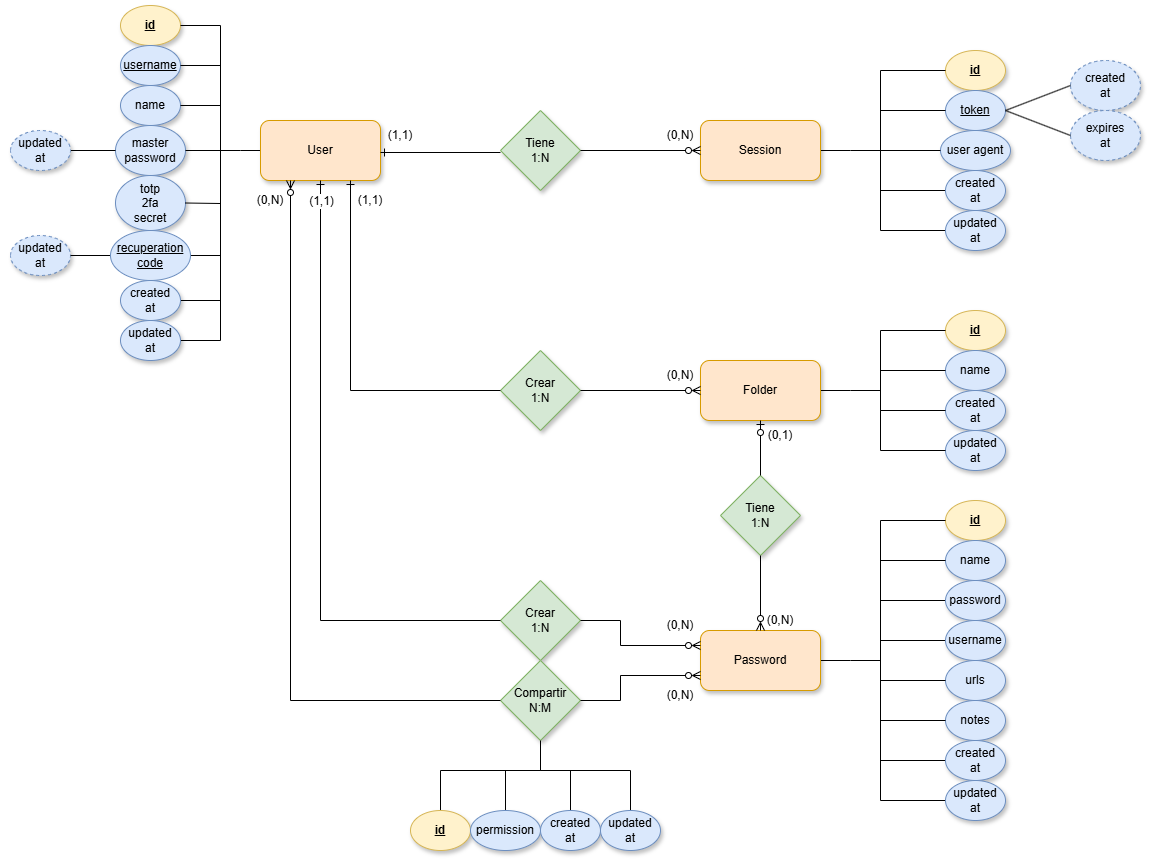
The draw.io diagram assets/modelo-entidad-relacion.png in miguel-educa/daw-proyecto, before a commit. Source tidied: cells renumbered, new cells last; positions are measured from the earlier drawing's top-left corner, leaving out a move shared by most shapes.
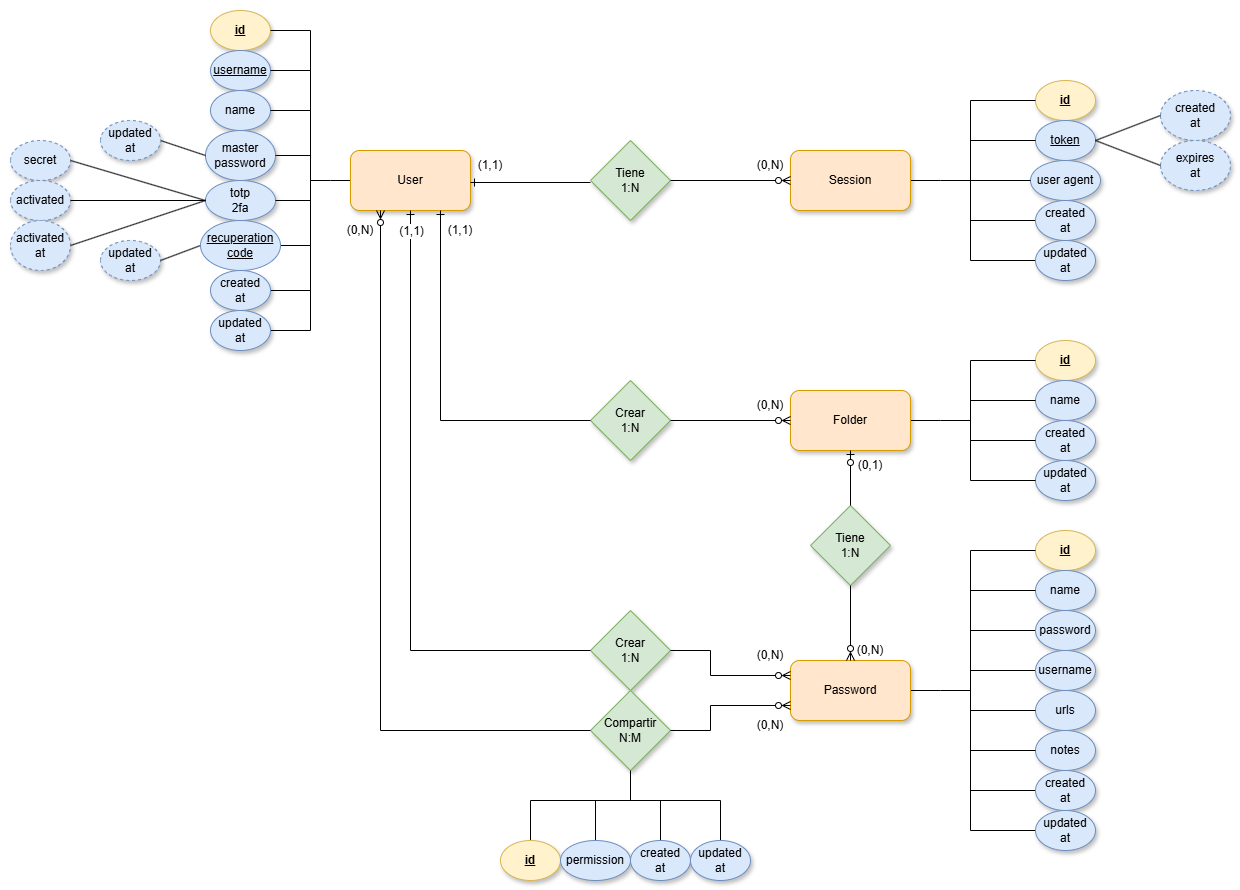
The same file after the commit.

What changed in the source:
```diff
@@ -2,20 +2,20 @@
   <root>
     <mxCell id="0" />
     <mxCell id="1" parent="0" />
-    <mxCell id="2" style="rounded=0;whiteSpace=wrap;html=1;strokeColor=none;" parent="1" vertex="1">
-      <mxGeometry width="1150" height="860" as="geometry" />
-    </mxCell>
+    <mxCell id="103" style="rounded=0;whiteSpace=wrap;html=1;strokeColor=none;" parent="1" vertex="1">
+      <mxGeometry x="-90" y="-30" width="1240" height="890" as="geometry" />
+    </mxCell>
     <mxCell id="3" value="id" style="ellipse;whiteSpace=wrap;html=1;fontStyle=5;fillColor=#fff2cc;strokeColor=#d6b656;shadow=1;" parent="1" vertex="1">
-      <mxGeometry x="120" y="5" width="60" height="40" as="geometry" />
+      <mxGeometry x="120" y="-20" width="60" height="40" as="geometry" />
     </mxCell>
     <mxCell id="4" value="&lt;u&gt;username&lt;/u&gt;" style="ellipse;whiteSpace=wrap;html=1;fillColor=#dae8fc;strokeColor=#6c8ebf;shadow=1;" parent="1" vertex="1">
-      <mxGeometry x="120" y="45" width="60" height="40" as="geometry" />
+      <mxGeometry x="120" y="20" width="60" height="40" as="geometry" />
     </mxCell>
     <mxCell id="5" value="name" style="ellipse;whiteSpace=wrap;html=1;fillColor=#dae8fc;strokeColor=#6c8ebf;shadow=1;" parent="1" vertex="1">
-      <mxGeometry x="120" y="85" width="60" height="40" as="geometry" />
+      <mxGeometry x="120" y="60" width="60" height="40" as="geometry" />
     </mxCell>
     <mxCell id="6" value="master&lt;div&gt;password&lt;/div&gt;" style="ellipse;whiteSpace=wrap;html=1;fillColor=#dae8fc;strokeColor=#6c8ebf;shadow=1;" parent="1" vertex="1">
-      <mxGeometry x="115" y="125" width="70" height="50" as="geometry" />
+      <mxGeometry x="115" y="100" width="70" height="50" as="geometry" />
     </mxCell>
     <mxCell id="7" style="edgeStyle=orthogonalEdgeStyle;rounded=0;jettySize=auto;html=1;exitX=0;exitY=0.5;exitDx=0;exitDy=0;strokeColor=default;endArrow=none;startFill=0;" parent="1" edge="1" source="8">
       <mxGeometry relative="1" as="geometry">
@@ -27,15 +27,15 @@
     </mxCell>
     <mxCell id="9" style="endArrow=none;html=1;rounded=0;entryX=1;entryY=0.5;entryDx=0;entryDy=0;strokeColor=default;" parent="1" edge="1" target="3">
       <mxGeometry relative="1" as="geometry">
-        <mxPoint x="220" y="170" as="sourcePoint" />
+        <mxPoint x="220" y="145" as="sourcePoint" />
         <Array as="points">
-          <mxPoint x="220" y="25" />
+          <mxPoint x="220" />
         </Array>
       </mxGeometry>
     </mxCell>
     <mxCell id="10" style="endArrow=none;html=1;rounded=0;entryX=1;entryY=0.5;entryDx=0;entryDy=0;strokeColor=default;" parent="1" edge="1" target="6">
       <mxGeometry relative="1" as="geometry">
-        <mxPoint x="220" y="150" as="sourcePoint" />
+        <mxPoint x="220" y="125" as="sourcePoint" />
       </mxGeometry>
     </mxCell>
     <mxCell id="11" style="endArrow=none;html=1;rounded=0;entryX=0;entryY=0.5;entryDx=0;entryDy=0;exitX=0;exitY=0.5;exitDx=0;exitDy=0;strokeColor=default;" parent="1" edge="1" source="6" target="77">
@@ -43,33 +43,33 @@
     </mxCell>
     <mxCell id="12" style="endArrow=none;html=1;rounded=0;entryX=1;entryY=0.5;entryDx=0;entryDy=0;strokeColor=default;" parent="1" edge="1" target="100">
       <mxGeometry relative="1" as="geometry">
-        <mxPoint x="220" y="225" as="sourcePoint" />
+        <mxPoint x="220" y="185" as="sourcePoint" />
         <Array as="points">
-          <mxPoint x="220" y="255" />
+          <mxPoint x="220" y="215" />
         </Array>
       </mxGeometry>
     </mxCell>
     <mxCell id="13" style="endArrow=none;html=1;rounded=0;entryX=1;entryY=0.5;entryDx=0;entryDy=0;strokeColor=default;" parent="1" edge="1" target="102">
       <mxGeometry relative="1" as="geometry">
-        <mxPoint x="220" y="225" as="sourcePoint" />
+        <mxPoint x="220" y="185" as="sourcePoint" />
         <Array as="points">
-          <mxPoint x="220" y="340" />
+          <mxPoint x="220" y="300" />
         </Array>
       </mxGeometry>
     </mxCell>
     <mxCell id="14" style="endArrow=none;html=1;rounded=0;entryX=1;entryY=0.5;entryDx=0;entryDy=0;strokeColor=default;" parent="1" edge="1" target="5">
       <mxGeometry relative="1" as="geometry">
-        <mxPoint x="220" y="170" as="sourcePoint" />
+        <mxPoint x="220" y="145" as="sourcePoint" />
         <Array as="points">
-          <mxPoint x="220" y="105" />
+          <mxPoint x="220" y="80" />
         </Array>
       </mxGeometry>
     </mxCell>
     <mxCell id="15" style="endArrow=none;html=1;rounded=0;entryX=1;entryY=0.5;entryDx=0;entryDy=0;strokeColor=default;" parent="1" edge="1" target="4">
       <mxGeometry relative="1" as="geometry">
-        <mxPoint x="220" y="170" as="sourcePoint" />
+        <mxPoint x="220" y="150" as="sourcePoint" />
         <Array as="points">
-          <mxPoint x="220" y="65" />
+          <mxPoint x="220" y="40" />
         </Array>
       </mxGeometry>
     </mxCell>
@@ -77,7 +77,7 @@
       <mxGeometry relative="1" as="geometry">
         <mxPoint x="220" y="150" as="sourcePoint" />
         <Array as="points">
-          <mxPoint x="220" y="300" />
+          <mxPoint x="220" y="260" />
         </Array>
       </mxGeometry>
     </mxCell>
@@ -361,10 +361,10 @@
       <mxGeometry x="650" y="680" width="60" height="30" as="geometry" />
     </mxCell>
     <mxCell id="77" value="updated&lt;div&gt;at&lt;/div&gt;" style="ellipse;whiteSpace=wrap;html=1;direction=west;fillColor=#dae8fc;strokeColor=#6c8ebf;shadow=1;dashed=1;" parent="1" vertex="1">
-      <mxGeometry x="10" y="130" width="60" height="40" as="geometry" />
+      <mxGeometry x="10" y="90" width="60" height="40" as="geometry" />
     </mxCell>
     <mxCell id="78" value="updated&lt;div&gt;at&lt;/div&gt;" style="ellipse;whiteSpace=wrap;html=1;direction=west;fillColor=#dae8fc;strokeColor=#6c8ebf;shadow=1;dashed=1;" parent="1" vertex="1">
-      <mxGeometry x="10" y="235" width="60" height="40" as="geometry" />
+      <mxGeometry x="10" y="210" width="60" height="40" as="geometry" />
     </mxCell>
     <mxCell id="79" style="endArrow=none;html=1;rounded=0;entryX=0;entryY=0.5;entryDx=0;entryDy=0;exitX=0;exitY=0.5;exitDx=0;exitDy=0;strokeColor=default;" parent="1" edge="1" source="100" target="78">
       <mxGeometry relative="1" as="geometry" />
@@ -447,25 +447,43 @@
         <mxPoint x="880" y="150" as="sourcePoint" />
       </mxGeometry>
     </mxCell>
-    <mxCell id="98" value="totp&lt;br&gt;&lt;div&gt;2fa&lt;/div&gt;&lt;div&gt;secret&lt;/div&gt;" style="ellipse;whiteSpace=wrap;html=1;fillColor=#dae8fc;strokeColor=#6c8ebf;shadow=1;" parent="1" vertex="1">
-      <mxGeometry x="115" y="175" width="70" height="55" as="geometry" />
+    <mxCell id="98" value="totp&lt;br&gt;&lt;div&gt;2fa&lt;/div&gt;" style="ellipse;whiteSpace=wrap;html=1;fillColor=#dae8fc;strokeColor=#6c8ebf;shadow=1;" parent="1" vertex="1">
+      <mxGeometry x="115" y="150" width="70" height="40" as="geometry" />
     </mxCell>
     <mxCell id="99" style="endArrow=none;html=1;rounded=0;entryX=1;entryY=0.5;entryDx=0;entryDy=0;strokeColor=default;" parent="1" edge="1" target="98">
       <mxGeometry relative="1" as="geometry">
         <mxPoint x="220" y="150" as="sourcePoint" />
         <Array as="points">
-          <mxPoint x="220" y="203" />
+          <mxPoint x="220" y="170" />
         </Array>
       </mxGeometry>
     </mxCell>
     <mxCell id="100" value="&lt;u&gt;recuperation&lt;/u&gt;&lt;div&gt;&lt;u&gt;code&lt;/u&gt;&lt;/div&gt;" style="ellipse;whiteSpace=wrap;html=1;fillColor=#dae8fc;strokeColor=#6c8ebf;" parent="1" vertex="1">
-      <mxGeometry x="110" y="230" width="80" height="50" as="geometry" />
+      <mxGeometry x="110" y="190" width="80" height="50" as="geometry" />
     </mxCell>
     <mxCell id="101" value="created&lt;div&gt;at&lt;/div&gt;" style="ellipse;whiteSpace=wrap;html=1;fillColor=#dae8fc;strokeColor=#6c8ebf;shadow=1;" parent="1" vertex="1">
-      <mxGeometry x="120" y="280" width="60" height="40" as="geometry" />
+      <mxGeometry x="120" y="240" width="60" height="40" as="geometry" />
     </mxCell>
     <mxCell id="102" value="updated&lt;div&gt;at&lt;/div&gt;" style="ellipse;whiteSpace=wrap;html=1;fillColor=#dae8fc;strokeColor=#6c8ebf;shadow=1;" parent="1" vertex="1">
-      <mxGeometry x="120" y="320" width="60" height="40" as="geometry" />
+      <mxGeometry x="120" y="280" width="60" height="40" as="geometry" />
     </mxCell>
+    <mxCell id="104" value="secret" style="ellipse;whiteSpace=wrap;html=1;direction=west;fillColor=#dae8fc;strokeColor=#6c8ebf;shadow=1;dashed=1;" parent="1" vertex="1">
+      <mxGeometry x="-80" y="110" width="60" height="40" as="geometry" />
+    </mxCell>
+    <mxCell id="105" value="activated" style="ellipse;whiteSpace=wrap;html=1;direction=west;fillColor=#dae8fc;strokeColor=#6c8ebf;shadow=1;dashed=1;" parent="1" vertex="1">
+      <mxGeometry x="-80" y="150" width="60" height="40" as="geometry" />
+    </mxCell>
+    <mxCell id="106" value="activated&lt;div&gt;at&lt;/div&gt;" style="ellipse;whiteSpace=wrap;html=1;direction=west;fillColor=#dae8fc;strokeColor=#6c8ebf;shadow=1;dashed=1;" parent="1" vertex="1">
+      <mxGeometry x="-80" y="190" width="60" height="50" as="geometry" />
+    </mxCell>
+    <mxCell id="107" style="endArrow=none;html=1;rounded=0;entryX=0;entryY=0.5;entryDx=0;entryDy=0;exitX=0;exitY=0.5;exitDx=0;exitDy=0;strokeColor=default;" parent="1" edge="1" source="98" target="105">
+      <mxGeometry relative="1" as="geometry" />
+    </mxCell>
+    <mxCell id="108" style="endArrow=none;html=1;rounded=0;entryX=0;entryY=0.5;entryDx=0;entryDy=0;exitX=0;exitY=0.5;exitDx=0;exitDy=0;strokeColor=default;" parent="1" edge="1" source="98" target="104">
+      <mxGeometry relative="1" as="geometry" />
+    </mxCell>
+    <mxCell id="109" style="endArrow=none;html=1;rounded=0;entryX=0;entryY=0.5;entryDx=0;entryDy=0;exitX=0;exitY=0.5;exitDx=0;exitDy=0;strokeColor=default;" parent="1" edge="1" source="98" target="106">
+      <mxGeometry relative="1" as="geometry" />
+    </mxCell>
   </root>
 </mxGraphModel>
```
